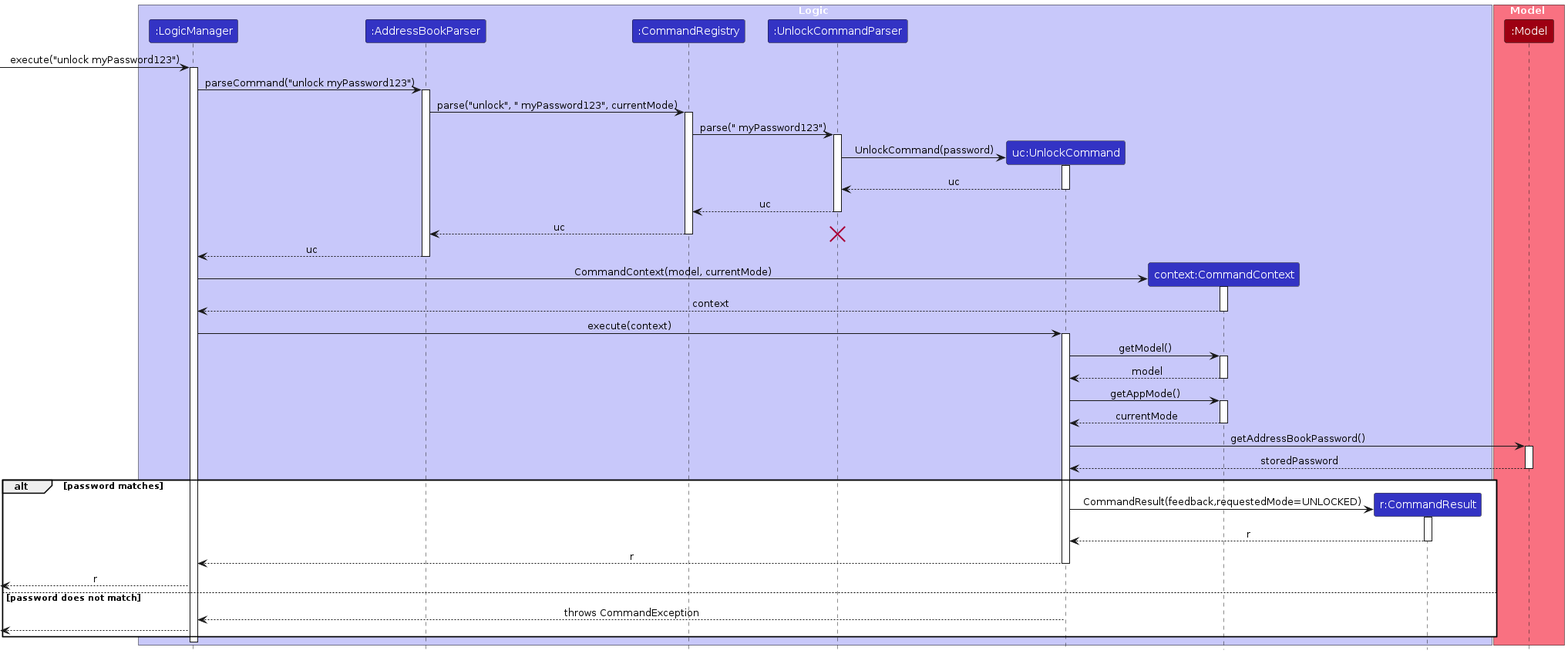
Before: diagrams/UnlockSequenceDiagram.png, a diagram exported from PlantUML (AY2526S2-CS2103T-T15-2/tp). Its source is kept beside it as diagrams/UnlockSequenceDiagram.puml.
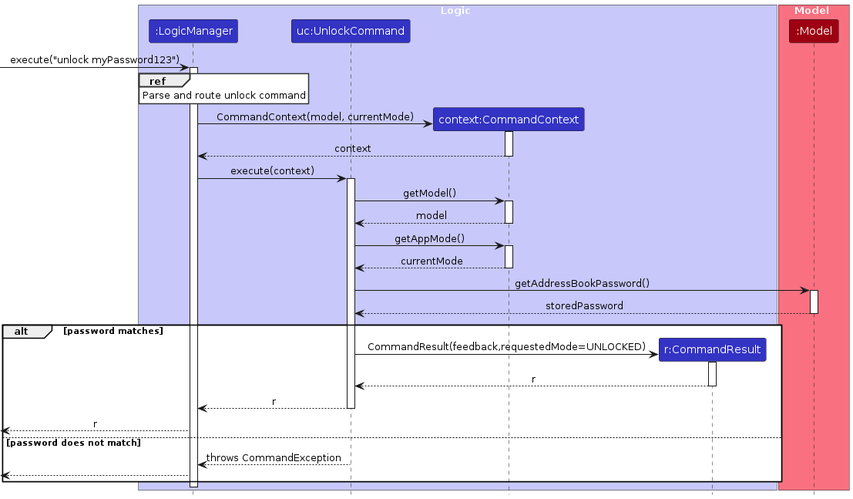
After the commit.

Change to the diagram source:
```diff
@@ -1,12 +1,13 @@
 @startuml
 !include style.puml
 skinparam ArrowFontStyle plain
+skinparam sequence {
+    ReferenceBackgroundColor #FFFFFF
+    ReferenceBorderColor #333333
+}
 
 box Logic LOGIC_COLOR_T1
 participant ":LogicManager" as LogicManager LOGIC_COLOR
-participant ":AddressBookParser" as AddressBookParser LOGIC_COLOR
-participant ":CommandRegistry" as CommandRegistry LOGIC_COLOR
-participant ":UnlockCommandParser" as UnlockCommandParser LOGIC_COLOR
 participant "uc:UnlockCommand" as UnlockCommand LOGIC_COLOR
 participant "context:CommandContext" as CommandContext LOGIC_COLOR
 participant "r:CommandResult" as CommandResult LOGIC_COLOR
@@ -19,30 +20,9 @@
 [-> LogicManager : execute("unlock myPassword123")
 activate LogicManager
 
-LogicManager -> AddressBookParser : parseCommand("unlock myPassword123")
-activate AddressBookParser
-
-AddressBookParser -> CommandRegistry : parse("unlock", " myPassword123", currentMode)
-activate CommandRegistry
-
-CommandRegistry -> UnlockCommandParser : parse(" myPassword123")
-activate UnlockCommandParser
-
-create UnlockCommand
-UnlockCommandParser -> UnlockCommand : UnlockCommand(password)
-activate UnlockCommand
-UnlockCommand --> UnlockCommandParser : uc
-deactivate UnlockCommand
-
-UnlockCommandParser --> CommandRegistry : uc
-deactivate UnlockCommandParser
-
-CommandRegistry --> AddressBookParser : uc
-deactivate CommandRegistry
-destroy UnlockCommandParser
-
-AddressBookParser --> LogicManager : uc
-deactivate AddressBookParser
+ref over LogicManager
+Parse and route unlock command
+end ref
 
 create CommandContext
 LogicManager -> CommandContext : CommandContext(model, currentMode)
```
